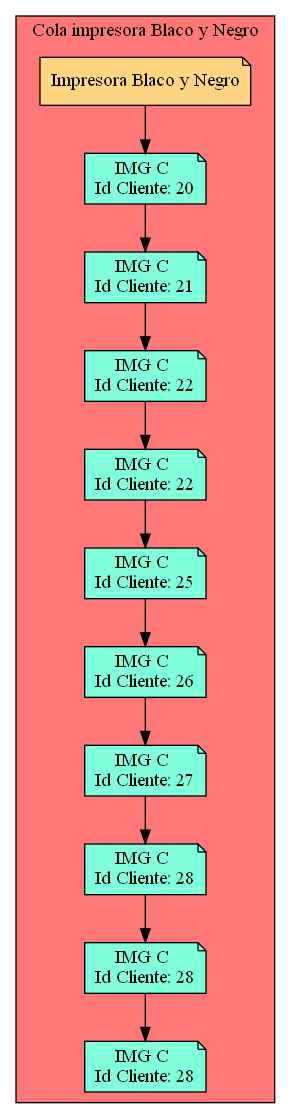
Before: Cola_Print_bw.png, a diagram exported from Graphviz (Serch-ING/EDD_UDRAWING_202000119). Its source is kept beside it as Cola_Print_bw.dot.
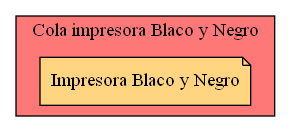
The same file after the commit.

Change to the diagram source:
```diff
@@ -3,43 +3,4 @@
 subgraph cluster_p{
     label= " Cola impresora Blaco y Negro "
  raiz[label = "Impresora Blaco y Negro" fillcolor="#FFD581" ]    bgcolor = "#FF7878"
-Nodo320304382[label="IMG C
-Id Cliente: 20",fillcolor="#81FFDA"]
-Nodo573673894[label="IMG C
-Id Cliente: 21",fillcolor="#81FFDA"]
-Nodo1827725498[label="IMG C
-Id Cliente: 22",fillcolor="#81FFDA"]
-Nodo131635550[label="IMG C
-Id Cliente: 22",fillcolor="#81FFDA"]
-Nodo860481979[label="IMG C
-Id Cliente: 25",fillcolor="#81FFDA"]
-Nodo825249556[label="IMG C
-Id Cliente: 26",fillcolor="#81FFDA"]
-Nodo168907708[label="IMG C
-Id Cliente: 27",fillcolor="#81FFDA"]
-Nodo873610597[label="IMG C
-Id Cliente: 28",fillcolor="#81FFDA"]
-Nodo1497845528[label="IMG C
-Id Cliente: 28",fillcolor="#81FFDA"]
-Nodo1710989308[label="IMG C
-Id Cliente: 28",fillcolor="#81FFDA"]
-
-raiz->Nodo320304382
-Nodo320304382 -> Nodo573673894
-
-Nodo573673894 -> Nodo1827725498
-
-Nodo1827725498 -> Nodo131635550
-
-Nodo131635550 -> Nodo860481979
-
-Nodo860481979 -> Nodo825249556
-
-Nodo825249556 -> Nodo168907708
-
-Nodo168907708 -> Nodo873610597
-
-Nodo873610597 -> Nodo1497845528
-
-Nodo1497845528 -> Nodo1710989308
 }}
```
